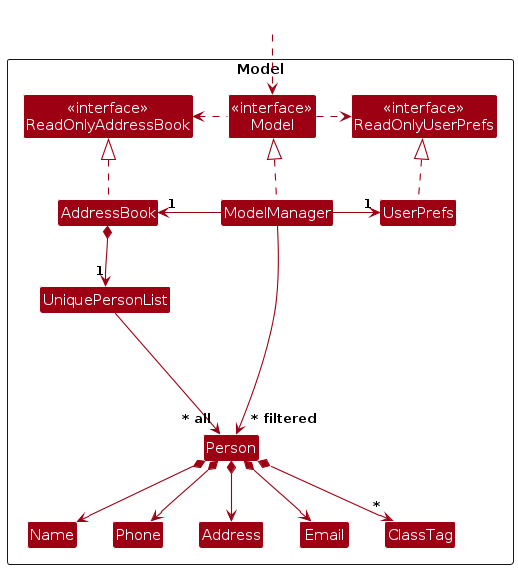
This is diagrams/ModelClassDiagram.png from AY2526S1-CS2103T-F10-3/tp, a PlantUML export, as it was before one commit. Its source is kept beside it as diagrams/ModelClassDiagram.puml.
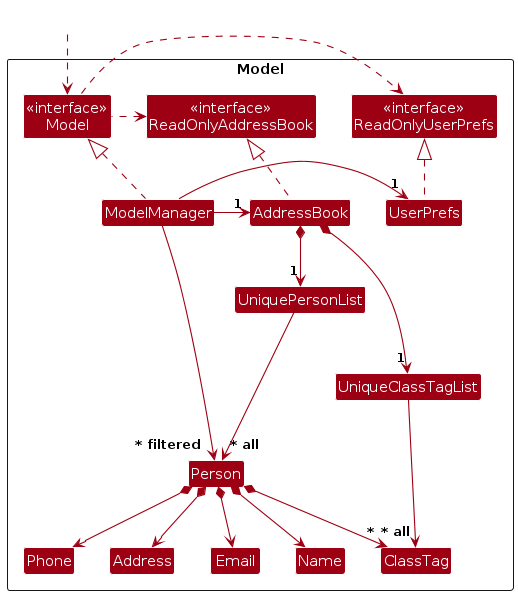
After the change.

The edit, as a diff of the source:
```diff
@@ -13,6 +13,7 @@
 Class UserPrefs
 
 Class UniquePersonList
+Class UniqueClassTagList
 Class Person
 Class Address
 Class Email
@@ -36,7 +37,9 @@
 UserPrefs .up.|> ReadOnlyUserPrefs
 
 AddressBook *--> "1" UniquePersonList
+AddressBook *--> "1" UniqueClassTagList
 UniquePersonList --> "~* all" Person
+UniqueClassTagList --> "~* all" ClassTag
 Person *--> Name
 Person *--> Phone
 Person *--> Email
```
